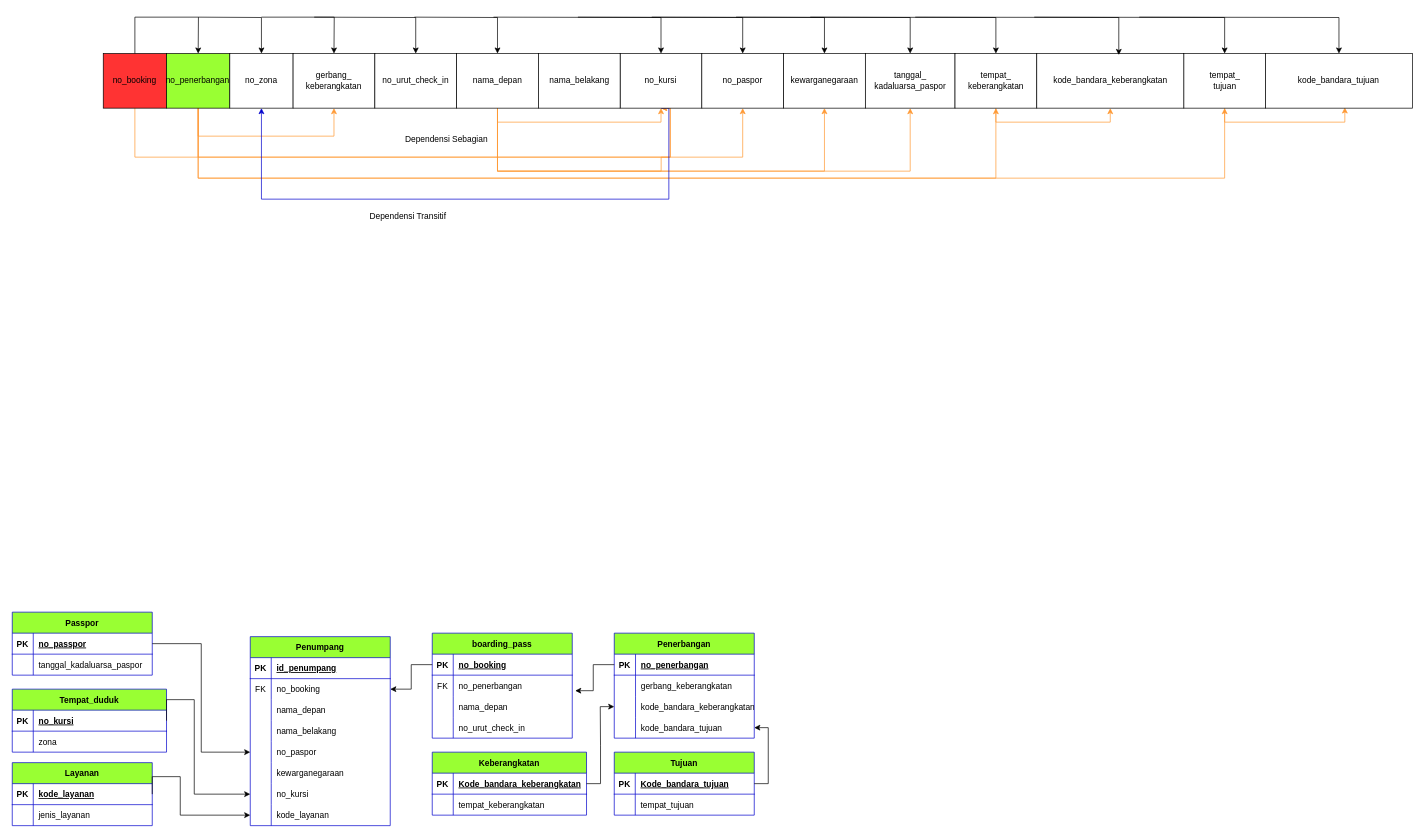
This is page "Fixed Relasi Entitas" (2 of 5) of ER Diagram/ADD.drawio from Edwin-Jaya/Data-Design-Analytics-Project, a draw.io file, before an edit. Source tidied: cells renumbered, new cells numbered last; positions are measured from the earlier drawing's top-left corner, leaving out a move shared by most shapes. Both pictures are drawn from the tidied source at 70%, with x=0, y=0 at pixel (12, 17).
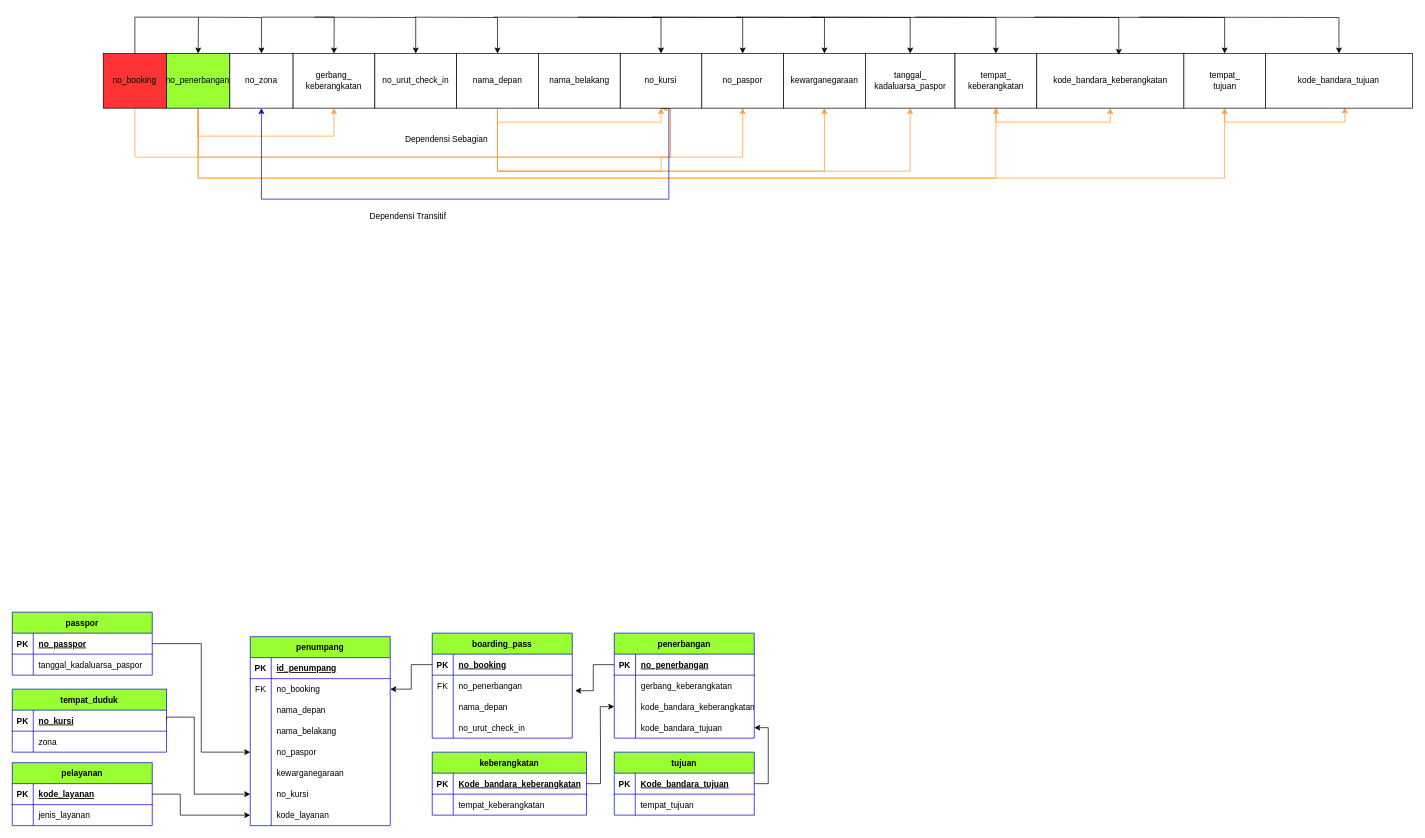
Above is the later version.

The change refers to these unchanged cells:
```xml
<mxCell id="64" style="shape=tableRow;horizontal=0;startSize=0;swimlaneHead=0;swimlaneBody=0;fillColor=none;points=[[0,0.5],[1,0.5]];portConstraint=eastwest;top=0;left=0;right=0;bottom=0;strokeColor=#0000CC;fontSize=12;" parent="45" vertex="1">
  <mxGeometry y="210" width="200" height="30" as="geometry" />
</mxCell>
<mxCell id="67" style="shape=tableRow;horizontal=0;startSize=0;swimlaneHead=0;swimlaneBody=0;fillColor=none;points=[[0,0.5],[1,0.5]];portConstraint=eastwest;top=0;left=0;right=0;bottom=0;strokeColor=#0000CC;fontSize=12;" parent="45" vertex="1">
  <mxGeometry y="240" width="200" height="30" as="geometry" />
</mxCell>
<mxCell id="105" style="shape=tableRow;horizontal=0;startSize=0;swimlaneHead=0;swimlaneBody=0;fillColor=none;points=[[0,0.5],[1,0.5]];portConstraint=eastwest;top=0;left=0;right=0;bottom=1;strokeColor=#0000CC;fontSize=12;" parent="104" vertex="1">
  <mxGeometry y="30" width="220.4" height="30" as="geometry" />
</mxCell>
<mxCell id="113" style="shape=tableRow;horizontal=0;startSize=0;swimlaneHead=0;swimlaneBody=0;fillColor=none;points=[[0,0.5],[1,0.5]];portConstraint=eastwest;top=0;left=0;right=0;bottom=1;strokeColor=#0000CC;fontSize=12;" parent="112" vertex="1">
  <mxGeometry y="30" width="200" height="30" as="geometry" />
</mxCell>
```

Diff of the diagram source:
```diff
@@
-    <mxCell id="45" value="Penumpang" style="shape=table;startSize=30;childLayout=tableLayout;rowLines=0;fontStyle=1;align=center;strokeColor=#0000CC;fontSize=12;fillColor=#99FF33;" parent="1" vertex="1">
+    <mxCell id="45" value="penumpang" style="shape=table;startSize=30;childLayout=tableLayout;rowLines=0;fontStyle=1;align=center;strokeColor=#0000CC;fontSize=12;fillColor=#99FF33;" parent="1" vertex="1">
       <mxGeometry x="340" y="885" width="200" height="270" as="geometry" />
     </mxCell>
@@
-    <mxCell id="70" value="Tujuan" style="shape=table;startSize=30;childLayout=tableLayout;rowLines=0;fontStyle=1;align=center;strokeColor=#0000CC;fontSize=12;fillColor=#99FF33;" parent="1" vertex="1">
+    <mxCell id="70" value="tujuan" style="shape=table;startSize=30;childLayout=tableLayout;rowLines=0;fontStyle=1;align=center;strokeColor=#0000CC;fontSize=12;fillColor=#99FF33;" parent="1" vertex="1">
       <mxGeometry x="860" y="1050" width="200" height="90" as="geometry" />
     </mxCell>
@@
-    <mxCell id="77" value="Keberangkatan" style="shape=table;startSize=30;childLayout=tableLayout;rowLines=0;fontStyle=1;align=center;strokeColor=#0000CC;fontSize=12;fillColor=#99FF33;" parent="1" vertex="1">
+    <mxCell id="77" value="keberangkatan" style="shape=table;startSize=30;childLayout=tableLayout;rowLines=0;fontStyle=1;align=center;strokeColor=#0000CC;fontSize=12;fillColor=#99FF33;" parent="1" vertex="1">
       <mxGeometry x="600" y="1050" width="220.4" height="90" as="geometry" />
     </mxCell>
@@
-    <mxCell id="84" value="Passpor" style="shape=table;startSize=30;childLayout=tableLayout;rowLines=0;fontStyle=1;align=center;strokeColor=#0000CC;fontSize=12;fillColor=#99FF33;" parent="1" vertex="1">
+    <mxCell id="84" value="passpor" style="shape=table;startSize=30;childLayout=tableLayout;rowLines=0;fontStyle=1;align=center;strokeColor=#0000CC;fontSize=12;fillColor=#99FF33;" parent="1" vertex="1">
       <mxGeometry y="850" width="200" height="90" as="geometry" />
     </mxCell>
@@
-    <mxCell id="91" value="Penerbangan" style="shape=table;startSize=30;childLayout=tableLayout;rowLines=0;fontStyle=1;align=center;strokeColor=#0000CC;fontSize=12;fillColor=#99FF33;" parent="1" vertex="1">
+    <mxCell id="91" value="penerbangan" style="shape=table;startSize=30;childLayout=tableLayout;rowLines=0;fontStyle=1;align=center;strokeColor=#0000CC;fontSize=12;fillColor=#99FF33;" parent="1" vertex="1">
       <mxGeometry x="860" y="880" width="200" height="150" as="geometry" />
     </mxCell>
@@
-    <mxCell id="104" value="Tempat_duduk" style="shape=table;startSize=30;childLayout=tableLayout;rowLines=0;fontStyle=1;align=center;strokeColor=#0000CC;fontSize=12;fillColor=#99FF33;" parent="1" vertex="1">
+    <mxCell id="104" value="tempat_duduk" style="shape=table;startSize=30;childLayout=tableLayout;rowLines=0;fontStyle=1;align=center;strokeColor=#0000CC;fontSize=12;fillColor=#99FF33;" parent="1" vertex="1">
       <mxGeometry y="960" width="220.4" height="90" as="geometry" />
     </mxCell>
@@
-    <mxCell id="112" value="Layanan" style="shape=table;startSize=30;childLayout=tableLayout;rowLines=0;fontStyle=1;align=center;strokeColor=#0000CC;fontSize=12;fillColor=#99FF33;" parent="1" vertex="1">
+    <mxCell id="112" value="pelayanan" style="shape=table;startSize=30;childLayout=tableLayout;rowLines=0;fontStyle=1;align=center;strokeColor=#0000CC;fontSize=12;fillColor=#99FF33;" parent="1" vertex="1">
       <mxGeometry y="1065" width="200" height="90" as="geometry" />
     </mxCell>
@@
     <mxCell id="119" style="edgeStyle=orthogonalEdgeStyle;rounded=0;jettySize=auto;html=1;exitX=1;exitY=0.5;exitDx=0;exitDy=0;entryX=0;entryY=0.5;entryDx=0;entryDy=0;" parent="1" edge="1" source="105" target="64">
       <mxGeometry relative="1" as="geometry">
         <Array as="points">
-          <mxPoint x="260" y="975" />
+          <mxPoint x="220" y="1000" />
+          <mxPoint x="260" y="1000" />
           <mxPoint x="260" y="1110" />
         </Array>
       </mxGeometry>
     </mxCell>
     <mxCell id="120" style="edgeStyle=orthogonalEdgeStyle;rounded=0;jettySize=auto;html=1;exitX=1;exitY=0.5;exitDx=0;exitDy=0;entryX=0;entryY=0.5;entryDx=0;entryDy=0;" parent="1" edge="1" source="113" target="67">
       <mxGeometry relative="1" as="geometry">
         <Array as="points">
-          <mxPoint x="240" y="1085" />
+          <mxPoint x="240" y="1110" />
           <mxPoint x="240" y="1140" />
         </Array>
       </mxGeometry>
     </mxCell>
```
